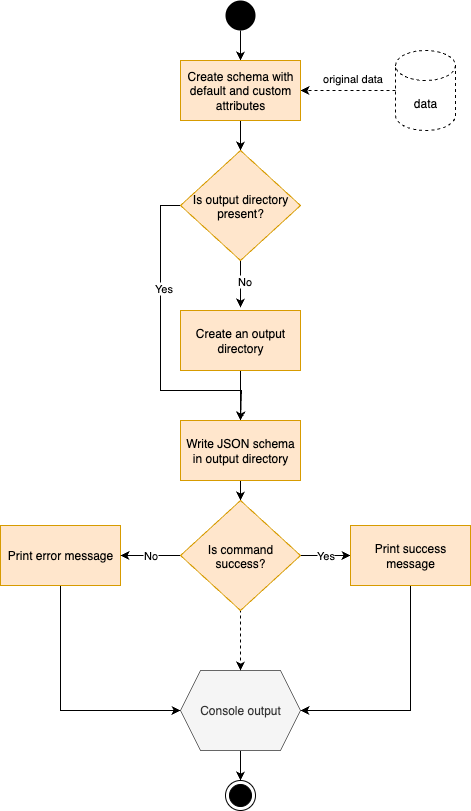
esrlabs/dox keeps this draw.io diagram as dim/documentation/source/_static/swa/dynamic/schema.drawio.png. Above is the earlier version. Source tidied: cells renumbered, new cells last; positions are measured from the earlier drawing's top-left corner, leaving out a move shared by most shapes.
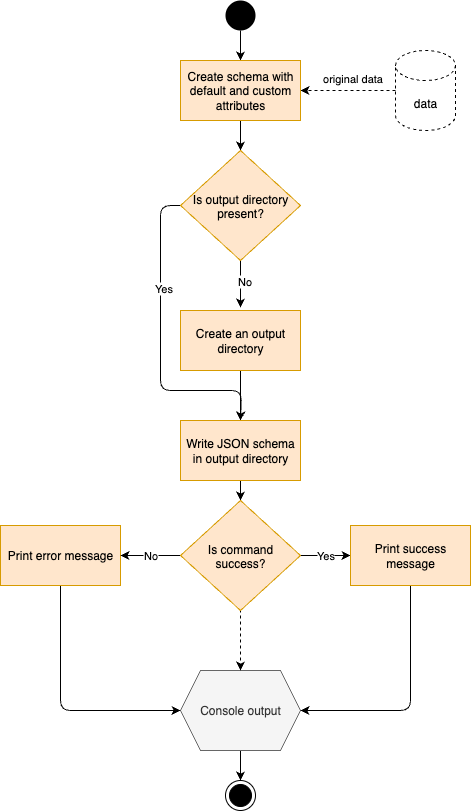
Above is the later version.

Commit message:
Update diagram for consistency

The edit, as a diff of the source:
```diff
@@ -28,7 +28,7 @@
     <mxCell id="9" value="Create schema with default and custom attributes" style="rounded=0;whiteSpace=wrap;html=1;fillColor=#ffe6cc;strokeColor=#d79b00;fontStyle=0;" parent="1" vertex="1">
       <mxGeometry x="180" y="60" width="120" height="60" as="geometry" />
     </mxCell>
-    <mxCell id="10" style="edgeStyle=orthogonalEdgeStyle;rounded=0;jettySize=auto;html=1;exitX=0;exitY=0.5;exitDx=0;exitDy=0;entryX=0.5;entryY=0;entryDx=0;entryDy=0;" parent="1" edge="1" source="14" target="23">
+    <mxCell id="10" style="edgeStyle=orthogonalEdgeStyle;rounded=1;jettySize=auto;html=1;exitX=0;exitY=0.5;exitDx=0;exitDy=0;entryX=0.5;entryY=0;entryDx=0;entryDy=0;curved=0;" parent="1" edge="1" source="14" target="23">
       <mxGeometry relative="1" as="geometry">
         <Array as="points">
           <mxPoint x="160" y="205" />
@@ -60,7 +60,7 @@
     <mxCell id="17" style="edgeStyle=orthogonalEdgeStyle;rounded=0;jettySize=auto;html=1;dashed=1;" parent="1" edge="1" source="19" target="16">
       <mxGeometry relative="1" as="geometry" />
     </mxCell>
-    <mxCell id="18" style="edgeStyle=orthogonalEdgeStyle;rounded=0;jettySize=auto;html=1;exitX=0.5;exitY=1;exitDx=0;exitDy=0;entryX=0;entryY=0.5;entryDx=0;entryDy=0;" parent="1" edge="1" source="19" target="16">
+    <mxCell id="18" style="edgeStyle=orthogonalEdgeStyle;rounded=1;jettySize=auto;html=1;exitX=0.5;exitY=1;exitDx=0;exitDy=0;entryX=0;entryY=0.5;entryDx=0;entryDy=0;curved=0;" parent="1" edge="1" source="19" target="16">
       <mxGeometry relative="1" as="geometry" />
     </mxCell>
     <mxCell id="19" value="Print error message" style="rounded=0;whiteSpace=wrap;html=1;fillColor=#ffe6cc;strokeColor=#d79b00;fontStyle=0;" parent="1" vertex="1">
@@ -89,7 +89,7 @@
     <mxCell id="26" value="Is command&#10;success?" style="rhombus;fillColor=#ffe6cc;strokeColor=#d79b00;rounded=0;fontStyle=0;" parent="1" vertex="1">
       <mxGeometry x="180" y="500" width="120" height="110" as="geometry" />
     </mxCell>
-    <mxCell id="27" style="edgeStyle=orthogonalEdgeStyle;rounded=0;jettySize=auto;html=1;exitX=0.5;exitY=1;exitDx=0;exitDy=0;entryX=1;entryY=0.5;entryDx=0;entryDy=0;" parent="1" edge="1" source="28" target="16">
+    <mxCell id="27" style="edgeStyle=orthogonalEdgeStyle;rounded=1;jettySize=auto;html=1;exitX=0.5;exitY=1;exitDx=0;exitDy=0;entryX=1;entryY=0.5;entryDx=0;entryDy=0;curved=0;" parent="1" edge="1" source="28" target="16">
       <mxGeometry relative="1" as="geometry" />
     </mxCell>
     <mxCell id="28" value="Print success message" style="rounded=0;whiteSpace=wrap;html=1;fillColor=#ffe6cc;strokeColor=#d79b00;fontStyle=0;" parent="1" vertex="1">
```
